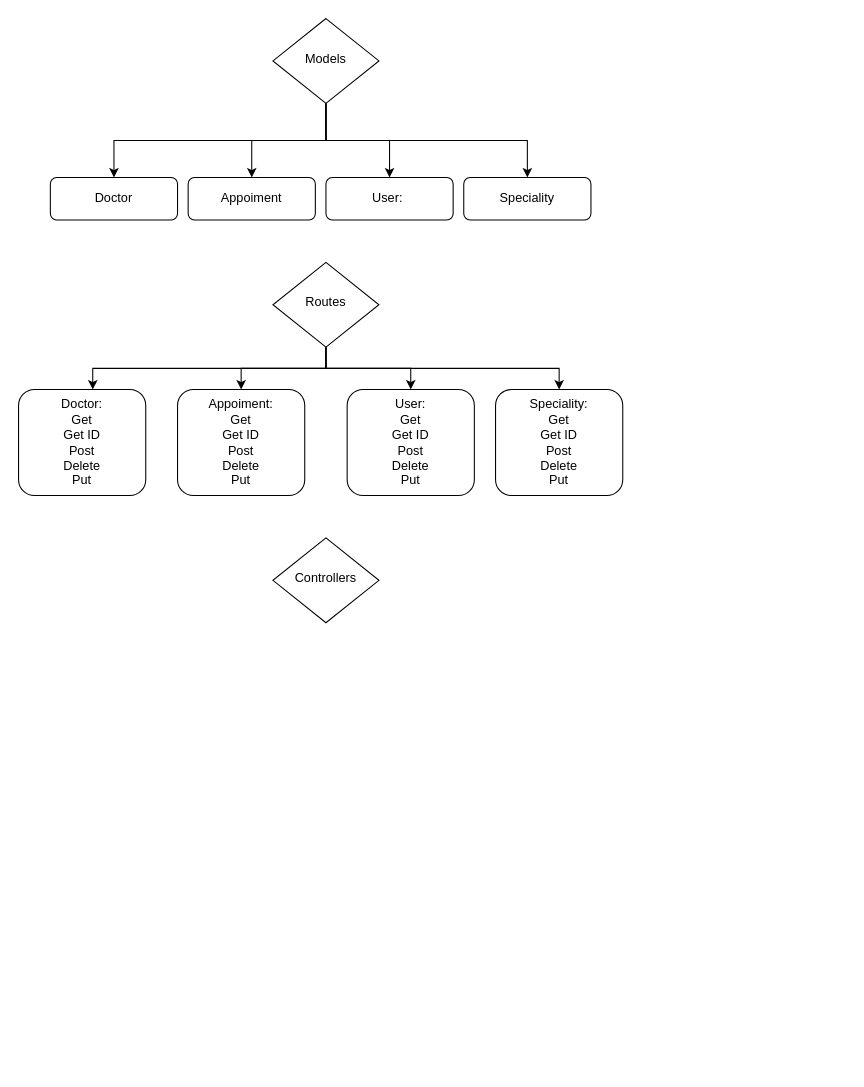
This is Diagrama sin título.drawio from herva99/herva99, a draw.io file, before an edit. Source tidied: cells renumbered, new cells numbered last; positions are measured from the earlier drawing's top-left corner, leaving out a move shared by most shapes. Both pictures are drawn from the tidied source at 106%, with x=0, y=0 at pixel (18, 18).
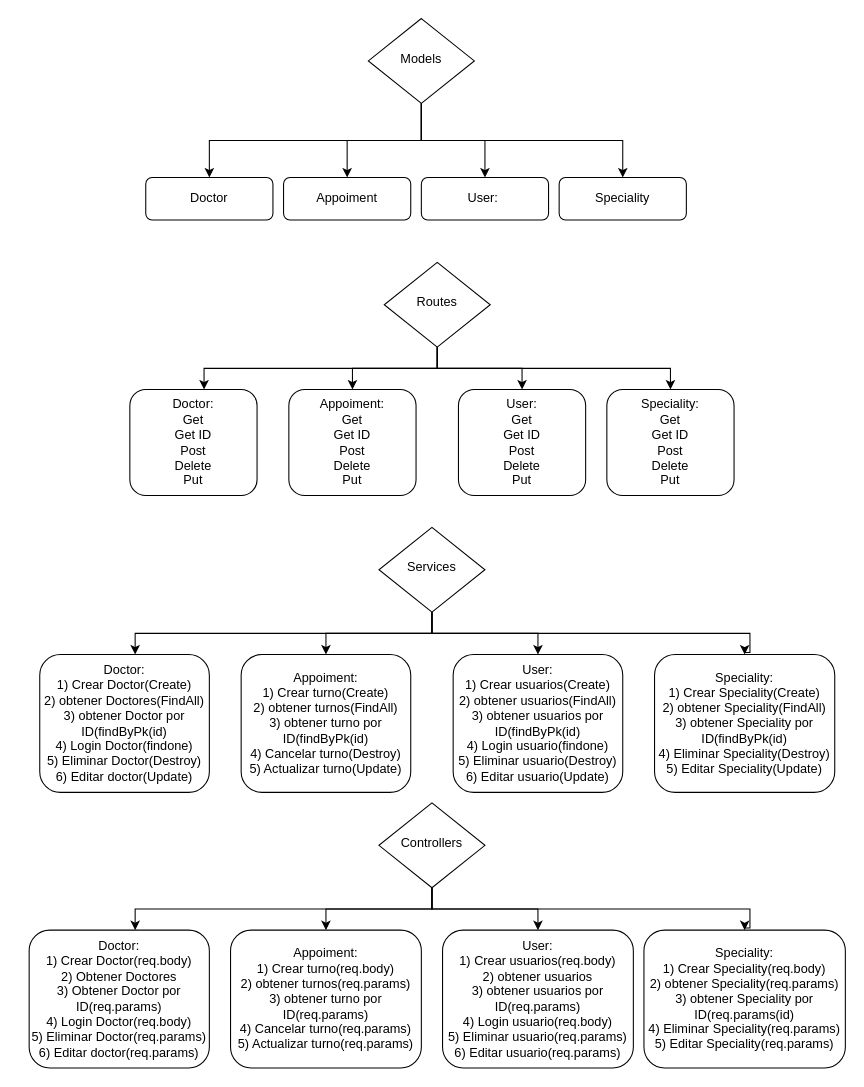
Above is the later version.

Diff of the diagram source:
```diff
@@
     <mxCell id="2" value="Appoiment" style="rounded=1;whiteSpace=wrap;html=1;fontSize=12;glass=0;strokeWidth=1;shadow=0;" parent="1" vertex="1">
-      <mxGeometry x="160" y="150" width="120" height="40" as="geometry" />
+      <mxGeometry x="250" y="150" width="120" height="40" as="geometry" />
     </mxCell>
@@
     <mxCell id="5" style="edgeStyle=orthogonalEdgeStyle;rounded=0;jettySize=auto;html=1;" parent="1" edge="1" source="6" target="9">
       <mxGeometry relative="1" as="geometry">
         <Array as="points">
-          <mxPoint x="290" y="115" />
-          <mxPoint x="480" y="115" />
+          <mxPoint x="380" y="115" />
+          <mxPoint x="570" y="115" />
         </Array>
       </mxGeometry>
     </mxCell>
     <mxCell id="6" value="Models" style="rhombus;whiteSpace=wrap;html=1;shadow=0;fontFamily=Helvetica;fontSize=12;align=center;strokeWidth=1;spacing=6;spacingTop=-4;" parent="1" vertex="1">
-      <mxGeometry x="240" width="100" height="80" as="geometry" />
+      <mxGeometry x="330" width="100" height="80" as="geometry" />
     </mxCell>
     <mxCell id="7" value="Doctor" style="rounded=1;whiteSpace=wrap;html=1;fontSize=12;glass=0;strokeWidth=1;shadow=0;" parent="1" vertex="1">
-      <mxGeometry x="30" y="150" width="120" height="40" as="geometry" />
+      <mxGeometry x="120" y="150" width="120" height="40" as="geometry" />
     </mxCell>
     <mxCell id="8" value="User:&amp;nbsp;" style="rounded=1;whiteSpace=wrap;html=1;fontSize=12;glass=0;strokeWidth=1;shadow=0;" parent="1" vertex="1">
-      <mxGeometry x="290" y="150" width="120" height="40" as="geometry" />
+      <mxGeometry x="380" y="150" width="120" height="40" as="geometry" />
     </mxCell>
     <mxCell id="9" value="Speciality" style="rounded=1;whiteSpace=wrap;html=1;fontSize=12;glass=0;strokeWidth=1;shadow=0;" parent="1" vertex="1">
-      <mxGeometry x="420" y="150" width="120" height="40" as="geometry" />
+      <mxGeometry x="510" y="150" width="120" height="40" as="geometry" />
     </mxCell>
     <mxCell id="10" style="edgeStyle=orthogonalEdgeStyle;rounded=0;jettySize=auto;html=1;" parent="1" edge="1" source="6" target="7">
       <mxGeometry relative="1" as="geometry">
         <Array as="points">
-          <mxPoint x="290" y="115" />
-          <mxPoint x="90" y="115" />
+          <mxPoint x="380" y="115" />
+          <mxPoint x="180" y="115" />
         </Array>
       </mxGeometry>
     </mxCell>
@@
     <mxCell id="13" value="Routes" style="rhombus;whiteSpace=wrap;html=1;shadow=0;fontFamily=Helvetica;fontSize=12;align=center;strokeWidth=1;spacing=6;spacingTop=-4;" parent="1" vertex="1">
-      <mxGeometry x="240" y="230" width="100" height="80" as="geometry" />
+      <mxGeometry x="345" y="230" width="100" height="80" as="geometry" />
     </mxCell>
     <mxCell id="14" value="User:&lt;div&gt;Get&lt;/div&gt;&lt;div&gt;Get ID&lt;/div&gt;&lt;div&gt;Post&lt;/div&gt;&lt;div&gt;Delete&lt;/div&gt;&lt;div&gt;Put&lt;/div&gt;" style="rounded=1;whiteSpace=wrap;html=1;fontSize=12;glass=0;strokeWidth=1;shadow=0;" parent="1" vertex="1">
-      <mxGeometry x="310" y="350" width="120" height="100" as="geometry" />
+      <mxGeometry x="415" y="350" width="120" height="100" as="geometry" />
     </mxCell>
     <mxCell id="15" value="Appoiment:&lt;div&gt;Get&lt;/div&gt;&lt;div&gt;Get ID&lt;/div&gt;&lt;div&gt;Post&lt;/div&gt;&lt;div&gt;Delete&lt;/div&gt;&lt;div&gt;Put&lt;/div&gt;" style="rounded=1;whiteSpace=wrap;html=1;fontSize=12;glass=0;strokeWidth=1;shadow=0;" parent="1" vertex="1">
-      <mxGeometry x="150" y="350" width="120" height="100" as="geometry" />
+      <mxGeometry x="255" y="350" width="120" height="100" as="geometry" />
     </mxCell>
     <mxCell id="16" value="Doctor:&lt;div&gt;Get&lt;/div&gt;&lt;div&gt;Get ID&lt;/div&gt;&lt;div&gt;Post&lt;/div&gt;&lt;div&gt;Delete&lt;/div&gt;&lt;div&gt;Put&lt;/div&gt;" style="rounded=1;whiteSpace=wrap;html=1;fontSize=12;glass=0;strokeWidth=1;shadow=0;" parent="1" vertex="1">
-      <mxGeometry y="350" width="120" height="100" as="geometry" />
+      <mxGeometry x="105" y="350" width="120" height="100" as="geometry" />
     </mxCell>
-    <mxCell id="17" value="Speciality:&lt;div&gt;Get&lt;/div&gt;&lt;div&gt;Get ID&lt;/div&gt;&lt;div&gt;Post&lt;/div&gt;&lt;div&gt;Delete&lt;/div&gt;&lt;div&gt;Put&lt;/div&gt;" style="rounded=1;whiteSpace=wrap;html=1;fontSize=12;glass=0;strokeWidth=1;shadow=0;" parent="1" vertex="1">
-      <mxGeometry x="450" y="350" width="120" height="100" as="geometry" />
+    <mxCell id="17" value="Speciality:&lt;div&gt;&lt;span style=&quot;background-color: initial;&quot;&gt;Get&lt;/span&gt;&lt;br&gt;&lt;/div&gt;&lt;div&gt;Get ID&lt;/div&gt;&lt;div&gt;Post&lt;/div&gt;&lt;div&gt;Delete&lt;/div&gt;&lt;div&gt;Put&lt;/div&gt;" style="rounded=1;whiteSpace=wrap;html=1;fontSize=12;glass=0;strokeWidth=1;shadow=0;" parent="1" vertex="1">
+      <mxGeometry x="555" y="350" width="120" height="100" as="geometry" />
     </mxCell>
     <mxCell id="18" style="edgeStyle=orthogonalEdgeStyle;rounded=0;jettySize=auto;html=1;" parent="1" edge="1" source="13" target="17">
       <mxGeometry relative="1" as="geometry">
         <Array as="points">
-          <mxPoint x="290" y="330" />
-          <mxPoint x="510" y="330" />
+          <mxPoint x="395" y="330" />
+          <mxPoint x="615" y="330" />
         </Array>
       </mxGeometry>
     </mxCell>
     <mxCell id="19" style="edgeStyle=orthogonalEdgeStyle;rounded=0;jettySize=auto;html=1;" parent="1" edge="1" source="13" target="16">
       <mxGeometry relative="1" as="geometry">
         <Array as="points">
-          <mxPoint x="290" y="330" />
-          <mxPoint x="70" y="330" />
+          <mxPoint x="395" y="330" />
+          <mxPoint x="175" y="330" />
         </Array>
       </mxGeometry>
     </mxCell>
+    <mxCell id="21" style="edgeStyle=orthogonalEdgeStyle;rounded=0;jettySize=auto;html=1;entryX=0.5;entryY=0;entryDx=0;entryDy=0;" parent="1" edge="1" source="20" target="24">
+      <mxGeometry relative="1" as="geometry" />
+    </mxCell>
+    <mxCell id="22" style="edgeStyle=orthogonalEdgeStyle;rounded=0;jettySize=auto;html=1;entryX=0.5;entryY=0;entryDx=0;entryDy=0;" parent="1" edge="1" source="20" target="25">
+      <mxGeometry relative="1" as="geometry" />
+    </mxCell>
+    <mxCell id="23" style="edgeStyle=orthogonalEdgeStyle;rounded=0;jettySize=auto;html=1;" parent="1" edge="1" source="20" target="26">
+      <mxGeometry relative="1" as="geometry">
+        <Array as="points">
+          <mxPoint x="390" y="580" />
+          <mxPoint x="110" y="580" />
+        </Array>
+      </mxGeometry>
+    </mxCell>
-    <mxCell id="20" value="Controllers" style="rhombus;whiteSpace=wrap;html=1;shadow=0;fontFamily=Helvetica;fontSize=12;align=center;strokeWidth=1;spacing=6;spacingTop=-4;" parent="1" vertex="1">
-      <mxGeometry x="240" y="490" width="100" height="80" as="geometry" />
+    <mxCell id="20" value="Services" style="rhombus;whiteSpace=wrap;html=1;shadow=0;fontFamily=Helvetica;fontSize=12;align=center;strokeWidth=1;spacing=6;spacingTop=-4;" parent="1" vertex="1">
+      <mxGeometry x="340" y="480" width="100" height="80" as="geometry" />
     </mxCell>
+    <mxCell id="24" value="User:&lt;div&gt;1) Crear usuarios(Create)&lt;/div&gt;&lt;div&gt;2) obtener usuarios(FindAll)&lt;/div&gt;&lt;div&gt;3) obtener usuarios por ID(findByPk(id)&lt;/div&gt;&lt;div&gt;4) Login usuario(findone)&lt;/div&gt;&lt;div&gt;5) Eliminar usuario(Destroy)&lt;/div&gt;&lt;div&gt;6) Editar usuario(Update)&lt;/div&gt;" style="rounded=1;whiteSpace=wrap;html=1;fontSize=12;glass=0;strokeWidth=1;shadow=0;" parent="1" vertex="1">
+      <mxGeometry x="410" y="600" width="160" height="130" as="geometry" />
+    </mxCell>
+    <mxCell id="25" value="Appoiment:&lt;div&gt;1) Crear turno(Create)&lt;/div&gt;&lt;div&gt;2) obtener turnos(FindAll)&lt;/div&gt;&lt;div&gt;3) obtener turno por ID(findByPk(id)&lt;/div&gt;&lt;div&gt;&lt;span style=&quot;background-color: initial;&quot;&gt;4) Cancelar turno(Destroy)&lt;/span&gt;&lt;br&gt;&lt;/div&gt;&lt;div&gt;5) Actualizar turno(Update)&lt;/div&gt;" style="rounded=1;whiteSpace=wrap;html=1;fontSize=12;glass=0;strokeWidth=1;shadow=0;" parent="1" vertex="1">
+      <mxGeometry x="210" y="600" width="160" height="130" as="geometry" />
+    </mxCell>
+    <mxCell id="26" value="Doctor:&lt;div&gt;1) Crear Doctor(Create)&lt;/div&gt;&lt;div&gt;2) obtener Doctores(FindAll)&lt;/div&gt;&lt;div&gt;3) obtener Doctor por ID(findByPk(id)&lt;/div&gt;&lt;div&gt;4) Login Doctor(findone)&lt;/div&gt;&lt;div&gt;5) Eliminar Doctor(Destroy)&lt;/div&gt;&lt;div&gt;6) Editar doctor(Update)&lt;/div&gt;" style="rounded=1;whiteSpace=wrap;html=1;fontSize=12;glass=0;strokeWidth=1;shadow=0;" parent="1" vertex="1">
+      <mxGeometry x="20" y="600" width="160" height="130" as="geometry" />
+    </mxCell>
+    <mxCell id="27" value="Speciality:&lt;div&gt;1) Crear Speciality(Create)&lt;/div&gt;&lt;div&gt;2) obtener Speciality(FindAll)&lt;/div&gt;&lt;div&gt;3) obtener Speciality por ID(findByPk(id)&lt;/div&gt;&lt;div&gt;4) Eliminar Speciality(Destroy)&lt;/div&gt;&lt;div&gt;5) Editar Speciality(Update)&lt;/div&gt;" style="rounded=1;whiteSpace=wrap;html=1;fontSize=12;glass=0;strokeWidth=1;shadow=0;" parent="1" vertex="1">
+      <mxGeometry x="600" y="600" width="170" height="130" as="geometry" />
+    </mxCell>
+    <mxCell id="28" style="edgeStyle=orthogonalEdgeStyle;rounded=0;jettySize=auto;html=1;" parent="1" edge="1" source="20" target="27">
+      <mxGeometry relative="1" as="geometry">
+        <Array as="points">
+          <mxPoint x="390" y="580" />
+          <mxPoint x="690" y="580" />
+          <mxPoint x="690" y="598" />
+          <mxPoint x="685" y="598" />
+        </Array>
+      </mxGeometry>
+    </mxCell>
+    <mxCell id="29" style="edgeStyle=orthogonalEdgeStyle;rounded=0;jettySize=auto;html=1;entryX=0.5;entryY=0;entryDx=0;entryDy=0;" parent="1" edge="1" source="32" target="33">
+      <mxGeometry relative="1" as="geometry" />
+    </mxCell>
+    <mxCell id="30" style="edgeStyle=orthogonalEdgeStyle;rounded=0;jettySize=auto;html=1;entryX=0.5;entryY=0;entryDx=0;entryDy=0;" parent="1" edge="1" source="32" target="34">
+      <mxGeometry relative="1" as="geometry" />
+    </mxCell>
+    <mxCell id="31" style="edgeStyle=orthogonalEdgeStyle;rounded=0;jettySize=auto;html=1;" parent="1" edge="1" source="32" target="35">
+      <mxGeometry relative="1" as="geometry">
+        <Array as="points">
+          <mxPoint x="390" y="840" />
+          <mxPoint x="110" y="840" />
+        </Array>
+      </mxGeometry>
+    </mxCell>
+    <mxCell id="32" value="Controllers" style="rhombus;whiteSpace=wrap;html=1;shadow=0;fontFamily=Helvetica;fontSize=12;align=center;strokeWidth=1;spacing=6;spacingTop=-4;" parent="1" vertex="1">
+      <mxGeometry x="340" y="740" width="100" height="80" as="geometry" />
+    </mxCell>
+    <mxCell id="33" value="User:&lt;div&gt;1) Crear usuarios(req.body)&lt;/div&gt;&lt;div&gt;2) obtener usuarios&lt;/div&gt;&lt;div&gt;3) obtener usuarios por ID(req.params)&lt;/div&gt;&lt;div&gt;4) Login usuario(req.body)&lt;/div&gt;&lt;div&gt;5) Eliminar usuario(req.params)&lt;/div&gt;&lt;div&gt;6) Editar usuario(req.params)&lt;/div&gt;" style="rounded=1;whiteSpace=wrap;html=1;fontSize=12;glass=0;strokeWidth=1;shadow=0;" parent="1" vertex="1">
+      <mxGeometry x="400" y="860" width="180" height="130" as="geometry" />
+    </mxCell>
+    <mxCell id="34" value="Appoiment:&lt;div&gt;1) Crear turno(req.body)&lt;/div&gt;&lt;div&gt;2) obtener turnos(req.params)&lt;/div&gt;&lt;div&gt;3) obtener turno por ID(req.params)&lt;/div&gt;&lt;div&gt;&lt;span style=&quot;background-color: initial;&quot;&gt;4) Cancelar turno(&lt;/span&gt;req.params&lt;span style=&quot;background-color: initial;&quot;&gt;)&lt;/span&gt;&lt;br&gt;&lt;/div&gt;&lt;div&gt;5) Actualizar turno(req.params)&lt;/div&gt;" style="rounded=1;whiteSpace=wrap;html=1;fontSize=12;glass=0;strokeWidth=1;shadow=0;" parent="1" vertex="1">
+      <mxGeometry x="200" y="860" width="180" height="130" as="geometry" />
+    </mxCell>
+    <mxCell id="35" value="Doctor:&lt;div&gt;1) Crear Doctor(req.body)&lt;/div&gt;&lt;div&gt;2) Obtener Doctores&lt;/div&gt;&lt;div&gt;3) Obtener Doctor por ID(req.params)&lt;/div&gt;&lt;div&gt;4) Login Doctor(req.body)&lt;/div&gt;&lt;div&gt;5) Eliminar Doctor(req.params)&lt;/div&gt;&lt;div&gt;6) Editar doctor(req.params)&lt;/div&gt;" style="rounded=1;whiteSpace=wrap;html=1;fontSize=12;glass=0;strokeWidth=1;shadow=0;" parent="1" vertex="1">
+      <mxGeometry x="10" y="860" width="170" height="130" as="geometry" />
+    </mxCell>
+    <mxCell id="36" value="Speciality:&lt;div&gt;1) Crear Speciality(req.body)&lt;/div&gt;&lt;div&gt;2) obtener Speciality(req.params)&lt;/div&gt;&lt;div&gt;3) obtener Speciality por ID(req.params(id)&lt;/div&gt;&lt;div&gt;4) Eliminar Speciality(req.params)&lt;/div&gt;&lt;div&gt;5) Editar Speciality(req.params)&lt;/div&gt;" style="rounded=1;whiteSpace=wrap;html=1;fontSize=12;glass=0;strokeWidth=1;shadow=0;" parent="1" vertex="1">
+      <mxGeometry x="590" y="860" width="190" height="130" as="geometry" />
+    </mxCell>
+    <mxCell id="37" style="edgeStyle=orthogonalEdgeStyle;rounded=0;jettySize=auto;html=1;" parent="1" edge="1" source="32" target="36">
+      <mxGeometry relative="1" as="geometry">
+        <Array as="points">
+          <mxPoint x="390" y="840" />
+          <mxPoint x="690" y="840" />
+          <mxPoint x="690" y="858" />
+          <mxPoint x="685" y="858" />
+        </Array>
+      </mxGeometry>
+    </mxCell>
```
